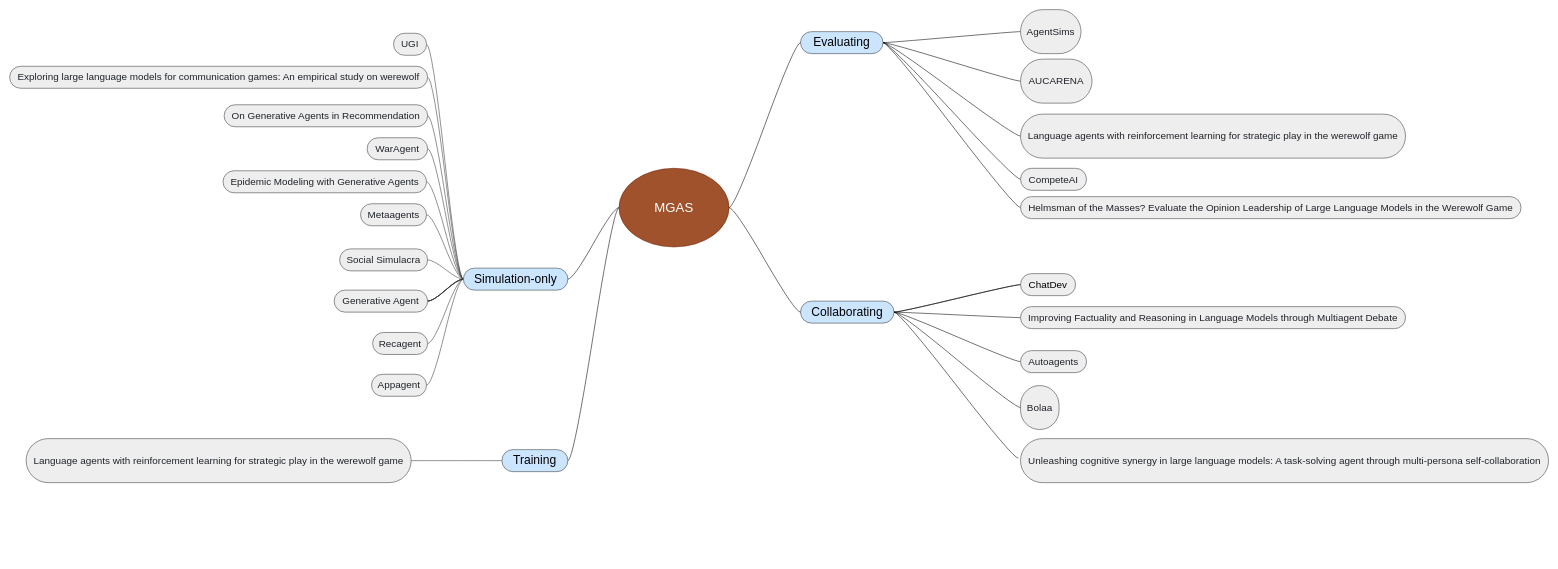
Above: page "Application_framework" (4 of 5) of Sim_Survey.drawio in bianhua-12/Multi-generative_Agent_System_survey (draw.io), before the change. Source tidied: cells renumbered, new cells numbered last; positions are measured from the earlier drawing's top-left corner, leaving out a move shared by most shapes. Both pictures are drawn from the tidied source at 55%, with x=0, y=0 at pixel (9, 9).
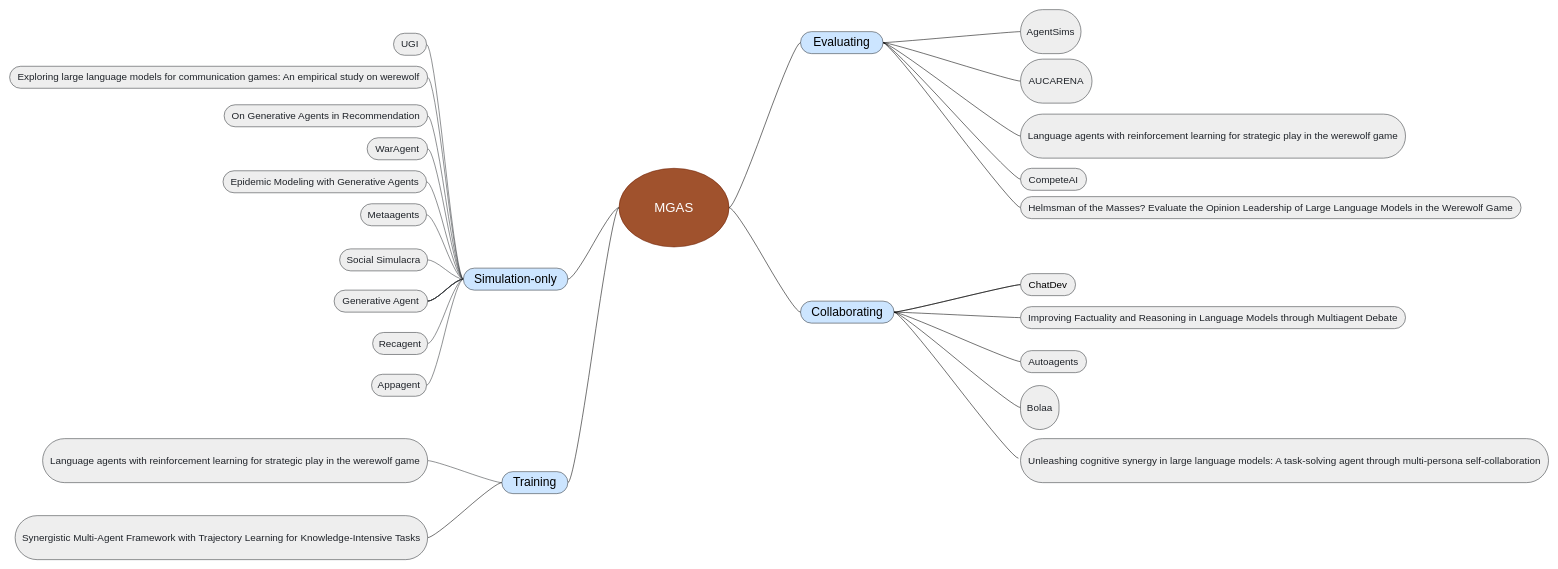
After the change.

Diff of the diagram source:
```diff
@@
+    <mxCell id="58" style="edgeStyle=entityRelationEdgeStyle;rounded=0;jettySize=auto;html=1;startArrow=none;endArrow=none;segment=10;curved=1;sourcePerimeterSpacing=0;targetPerimeterSpacing=0;entryX=1;entryY=0.5;entryDx=0;entryDy=0;" parent="1" edge="1" source="21" target="59">
+      <mxGeometry relative="1" as="geometry" />
+    </mxCell>
     <mxCell id="21" value="Training" style="whiteSpace=wrap;html=1;rounded=1;arcSize=50;align=center;verticalAlign=middle;strokeWidth=1;spacing=4;newEdgeStyle={&quot;edgeStyle&quot;:&quot;entityRelationEdgeStyle&quot;,&quot;startArrow&quot;:&quot;none&quot;,&quot;endArrow&quot;:&quot;none&quot;,&quot;segment&quot;:10,&quot;curved&quot;:1,&quot;sourcePerimeterSpacing&quot;:0,&quot;targetPerimeterSpacing&quot;:0};fontSize=22;fillColor=#cce5ff;strokeColor=#36393d;" parent="1" vertex="1">
-      <mxGeometry x="895" y="800" width="120" height="40" as="geometry" />
+      <mxGeometry x="895" y="840" width="120" height="40" as="geometry" />
     </mxCell>
@@
     <mxCell id="50" value="&lt;div style=&quot;color: rgb(31, 35, 41);&quot;&gt;&lt;p&gt;Language agents with reinforcement learning for strategic play in the werewolf game&lt;/p&gt;&lt;/div&gt;&lt;span style=&quot;white-space-collapse: preserve;&quot;&gt;&lt;/span&gt;" style="whiteSpace=wrap;html=1;fontSize=18;rounded=1;arcSize=50;strokeWidth=1;spacing=4;fillColor=#eeeeee;strokeColor=#36393d;" parent="1" vertex="1">
-      <mxGeometry x="30" y="780" width="700" height="80" as="geometry" />
+      <mxGeometry x="60" y="780" width="700" height="80" as="geometry" />
     </mxCell>
@@
+    <mxCell id="59" value="&lt;div style=&quot;color: rgb(31, 35, 41);&quot;&gt;&lt;p&gt;Synergistic Multi-Agent Framework with Trajectory Learning for Knowledge-Intensive Tasks&lt;/p&gt;&lt;/div&gt;&lt;span style=&quot;white-space-collapse: preserve;&quot;&gt;&lt;/span&gt;" style="whiteSpace=wrap;html=1;fontSize=18;rounded=1;arcSize=50;strokeWidth=1;spacing=4;fillColor=#eeeeee;strokeColor=#36393d;" parent="1" vertex="1">
+      <mxGeometry x="10" y="920" width="750" height="80" as="geometry" />
+    </mxCell>
```
